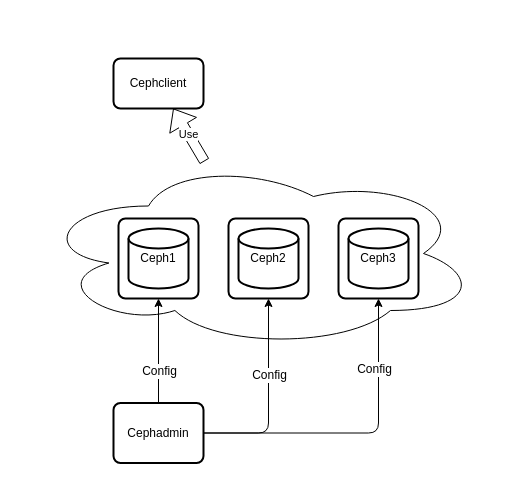
robertoarcomano/Ceph-Vagrant keeps this draw.io diagram as ceph on vagrant.drawio. Above is the earlier version. Source tidied: cells renumbered, new cells numbered last; positions are measured from the earlier drawing's top-left corner, leaving out a move shared by most shapes. Both pictures are drawn from the tidied source at 100%, with x=0, y=0 at pixel (38, 58).
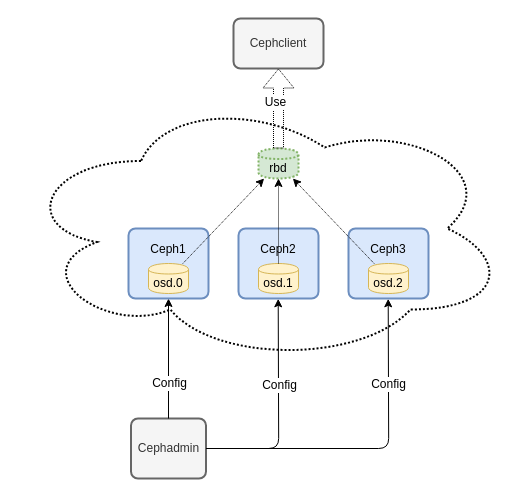
After the change.

Diff of the diagram source:
```diff
@@
-    <mxCell id="2" value="Ceph1" style="strokeWidth=2;html=1;shape=mxgraph.flowchart.database;whiteSpace=wrap;" parent="1" vertex="1">
-      <mxGeometry x="90" y="170" width="60" height="60" as="geometry" />
-    </mxCell>
-    <mxCell id="3" value="Ceph2" style="strokeWidth=2;html=1;shape=mxgraph.flowchart.database;whiteSpace=wrap;" parent="1" vertex="1">
-      <mxGeometry x="200" y="170" width="60" height="60" as="geometry" />
-    </mxCell>
-    <mxCell id="4" value="Ceph3" style="strokeWidth=2;html=1;shape=mxgraph.flowchart.database;whiteSpace=wrap;" parent="1" vertex="1">
-      <mxGeometry x="310" y="170" width="60" height="60" as="geometry" />
-    </mxCell>
-    <mxCell id="5" value="Cephadmin" style="rounded=1;whiteSpace=wrap;html=1;absoluteArcSize=1;arcSize=14;strokeWidth=2;" parent="1" vertex="1">
-      <mxGeometry x="75" y="344.5" width="90" height="60" as="geometry" />
+    <mxCell id="5" value="Cephadmin" style="rounded=1;whiteSpace=wrap;html=1;absoluteArcSize=1;arcSize=14;strokeWidth=2;fillColor=#f5f5f5;strokeColor=#666666;fontColor=#333333;" parent="1" vertex="1">
+      <mxGeometry x="92.5" y="360" width="75" height="60" as="geometry" />
     </mxCell>
-    <mxCell id="6" style="endArrow=classic;html=1;edgeStyle=orthogonalEdgeStyle;entryX=0.5;entryY=1;entryDx=0;entryDy=0;" parent="1" edge="1" source="5" target="16">
-      <mxGeometry relative="1" as="geometry" />
+    <mxCell id="6" style="endArrow=classic;html=1;edgeStyle=orthogonalEdgeStyle;entryX=0.5;entryY=1;entryDx=0;entryDy=0;" parent="1" edge="1" source="5">
+      <mxGeometry relative="1" as="geometry">
+        <mxPoint x="239.7" y="240.3" as="targetPoint" />
+      </mxGeometry>
     </mxCell>
@@
-    <mxCell id="8" style="endArrow=classic;html=1;edgeStyle=orthogonalEdgeStyle;entryX=0.5;entryY=1;entryDx=0;entryDy=0;" parent="1" edge="1" source="5" target="17">
-      <mxGeometry relative="1" as="geometry" />
+    <mxCell id="8" style="endArrow=classic;html=1;edgeStyle=orthogonalEdgeStyle;entryX=0.5;entryY=1;entryDx=0;entryDy=0;" parent="1" edge="1" source="5">
+      <mxGeometry relative="1" as="geometry">
+        <mxPoint x="349.7" y="240.3" as="targetPoint" />
+      </mxGeometry>
     </mxCell>
@@
-    <mxCell id="10" value="Cephclient" style="rounded=1;whiteSpace=wrap;html=1;absoluteArcSize=1;arcSize=14;strokeWidth=2;" parent="1" vertex="1">
-      <mxGeometry x="75" width="90" height="50" as="geometry" />
+    <mxCell id="10" value="Cephclient" style="rounded=1;whiteSpace=wrap;html=1;absoluteArcSize=1;arcSize=14;strokeWidth=2;fillColor=#f5f5f5;strokeColor=#666666;fontColor=#333333;" parent="1" vertex="1">
+      <mxGeometry x="195" y="-40" width="90" height="50" as="geometry" />
     </mxCell>
-    <mxCell id="11" style="ellipse;shape=cloud;whiteSpace=wrap;html=1;fillColor=none;" parent="1" vertex="1">
-      <mxGeometry y="100" width="440" height="190" as="geometry" />
-    </mxCell>
-    <mxCell id="12" style="endArrow=classic;html=1;entryX=0.5;entryY=1;entryDx=0;entryDy=0;" parent="1" edge="1" source="5" target="15">
-      <mxGeometry relative="1" as="geometry" />
+    <mxCell id="12" style="endArrow=classic;html=1;entryX=0.5;entryY=1;entryDx=0;entryDy=0;" parent="1" edge="1" source="5">
+      <mxGeometry relative="1" as="geometry">
+        <mxPoint x="130" y="240" as="targetPoint" />
+      </mxGeometry>
     </mxCell>
@@
+    <mxCell id="2" value="Ceph1&lt;br&gt;&lt;br&gt;&lt;br&gt;" style="rounded=1;whiteSpace=wrap;html=1;absoluteArcSize=1;arcSize=14;strokeWidth=2;fillColor=#dae8fc;strokeColor=#6c8ebf;" parent="1" vertex="1">
+      <mxGeometry x="90" y="170" width="80" height="70" as="geometry" />
+    </mxCell>
+    <mxCell id="18" value="rbd" style="shape=cylinder;whiteSpace=wrap;html=1;boundedLbl=1;backgroundOutline=1;dashed=1;strokeWidth=2;dashPattern=1 1;shadow=0;fillColor=#d5e8d4;strokeColor=#82b366;" parent="1" vertex="1">
+      <mxGeometry x="220" y="90" width="40" height="30" as="geometry" />
+    </mxCell>
+    <mxCell id="19" value="osd.0" style="shape=cylinder;whiteSpace=wrap;html=1;boundedLbl=1;backgroundOutline=1;fillColor=#fff2cc;strokeColor=#d6b656;" parent="1" vertex="1">
+      <mxGeometry x="110" y="205" width="40" height="30" as="geometry" />
+    </mxCell>
+    <mxCell id="3" value="Ceph2&lt;br&gt;&lt;br&gt;&lt;br&gt;" style="rounded=1;whiteSpace=wrap;html=1;absoluteArcSize=1;arcSize=14;strokeWidth=2;fillColor=#dae8fc;strokeColor=#6c8ebf;" parent="1" vertex="1">
+      <mxGeometry x="200" y="170" width="80" height="70" as="geometry" />
+    </mxCell>
+    <mxCell id="20" value="osd.1" style="shape=cylinder;whiteSpace=wrap;html=1;boundedLbl=1;backgroundOutline=1;fillColor=#fff2cc;strokeColor=#d6b656;" parent="1" vertex="1">
+      <mxGeometry x="220" y="205" width="40" height="30" as="geometry" />
+    </mxCell>
+    <mxCell id="4" value="Ceph3&lt;br&gt;&lt;br&gt;&lt;br&gt;" style="rounded=1;whiteSpace=wrap;html=1;absoluteArcSize=1;arcSize=14;strokeWidth=2;fillColor=#dae8fc;strokeColor=#6c8ebf;" parent="1" vertex="1">
+      <mxGeometry x="310" y="170" width="80" height="70" as="geometry" />
+    </mxCell>
+    <mxCell id="21" value="osd.2" style="shape=cylinder;whiteSpace=wrap;html=1;boundedLbl=1;backgroundOutline=1;fillColor=#fff2cc;strokeColor=#d6b656;" parent="1" vertex="1">
+      <mxGeometry x="330" y="205" width="40" height="30" as="geometry" />
+    </mxCell>
+    <mxCell id="22" style="endArrow=classic;html=1;dashed=1;dashPattern=1 1;" parent="1" edge="1" source="19" target="18">
+      <mxGeometry relative="1" as="geometry" />
+    </mxCell>
+    <mxCell id="23" style="endArrow=classic;html=1;dashed=1;dashPattern=1 1;" parent="1" edge="1" source="20" target="18">
+      <mxGeometry relative="1" as="geometry" />
+    </mxCell>
+    <mxCell id="24" style="endArrow=classic;html=1;dashed=1;dashPattern=1 1;" parent="1" edge="1" source="21" target="18">
+      <mxGeometry relative="1" as="geometry" />
+    </mxCell>
+    <mxCell id="25" style="ellipse;shape=cloud;whiteSpace=wrap;html=1;shadow=0;dashed=1;dashPattern=1 1;strokeWidth=2;fillColor=none;" parent="1" vertex="1">
+      <mxGeometry x="-20" y="35" width="490" height="270" as="geometry" />
+    </mxCell>
+    <mxCell id="26" style="shape=flexArrow;endArrow=classic;html=1;dashed=1;dashPattern=1 1;" parent="1" edge="1" source="18" target="10">
+      <mxGeometry relative="1" as="geometry" />
+    </mxCell>
-    <mxCell id="14" value="Use" style="shape=flexArrow;endArrow=classic;html=1;" parent="1" edge="1" source="11" target="10">
-      <mxGeometry relative="1" as="geometry" />
+    <mxCell id="14" value="Use" style="text;html=1;align=center;verticalAlign=middle;labelBackgroundColor=#ffffff;" parent="26" vertex="1">
+      <mxGeometry x="0.18" y="4" relative="1" as="geometry" />
     </mxCell>
-    <mxCell id="15" style="rounded=1;whiteSpace=wrap;html=1;absoluteArcSize=1;arcSize=14;strokeWidth=2;fillColor=none;" parent="1" vertex="1">
-      <mxGeometry x="80" y="160" width="80" height="80" as="geometry" />
-    </mxCell>
-    <mxCell id="16" style="rounded=1;whiteSpace=wrap;html=1;absoluteArcSize=1;arcSize=14;strokeWidth=2;fillColor=none;" parent="1" vertex="1">
-      <mxGeometry x="190" y="160" width="80" height="80" as="geometry" />
-    </mxCell>
-    <mxCell id="17" style="rounded=1;whiteSpace=wrap;html=1;absoluteArcSize=1;arcSize=14;strokeWidth=2;fillColor=none;" parent="1" vertex="1">
-      <mxGeometry x="300" y="160" width="80" height="80" as="geometry" />
-    </mxCell>
```
